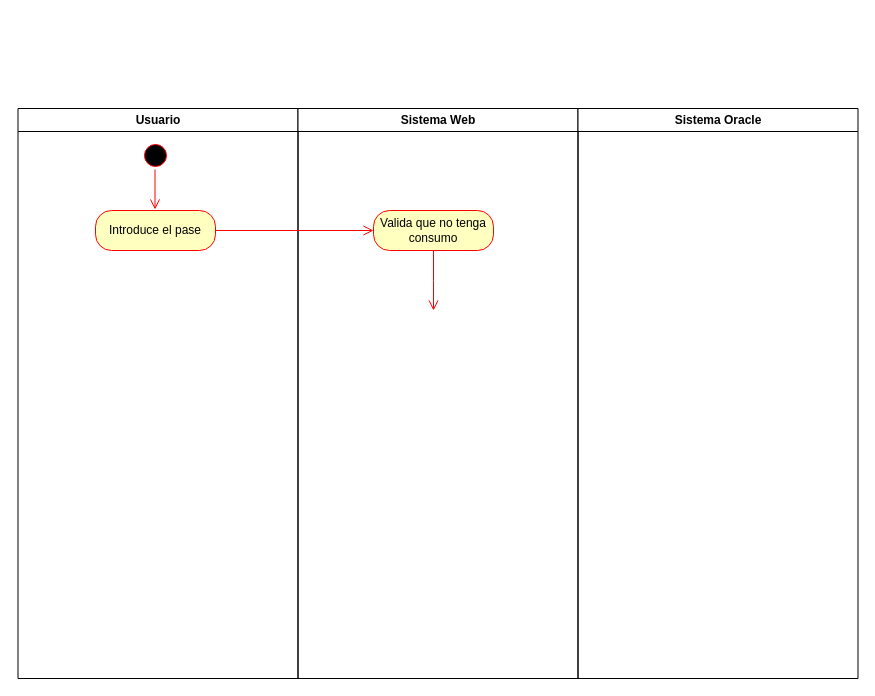
The draw.io diagram src/Untitled Diagram.drawio in JosephGuilamo/relatos-papel, before the edit. Source tidied: cells renumbered, new cells numbered last; positions are measured from the earlier drawing's top-left corner, leaving out a move shared by most shapes. Both pictures are drawn from the tidied source at 100%, with x=0, y=0 at pixel (17, 108).
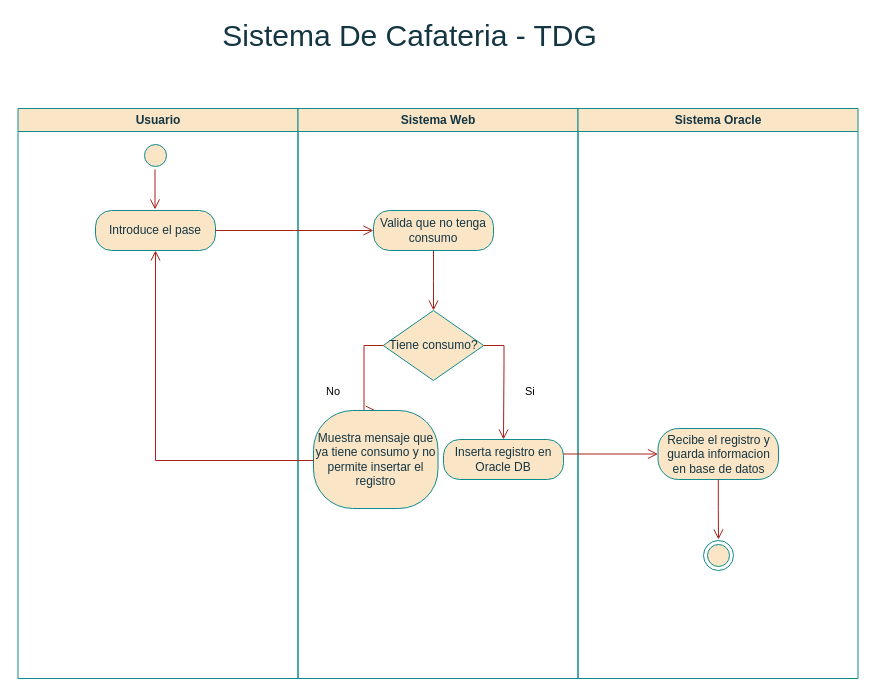
After the change.

What changed in the source:
```diff
@@
-    <mxCell id="2" value="Usuario" style="swimlane;whiteSpace=wrap;startSize=23;" parent="1" vertex="1">
+    <mxCell id="2" value="Usuario" style="swimlane;whiteSpace=wrap;startSize=23;labelBackgroundColor=none;fillColor=#FAE5C7;strokeColor=#0F8B8D;fontColor=#143642;" parent="1" vertex="1">
       <mxGeometry x="0.5" width="280" height="570" as="geometry" />
     </mxCell>
-    <mxCell id="3" value="Introduce el pase" style="rounded=1;whiteSpace=wrap;html=1;arcSize=40;fontColor=#000000;fillColor=#ffffc0;strokeColor=#ff0000;" parent="2" vertex="1">
+    <mxCell id="3" value="Introduce el pase" style="rounded=1;whiteSpace=wrap;html=1;arcSize=40;labelBackgroundColor=none;fillColor=#FAE5C7;strokeColor=#0F8B8D;fontColor=#143642;" parent="2" vertex="1">
       <mxGeometry x="77.5" y="102" width="120" height="40" as="geometry" />
     </mxCell>
-    <mxCell id="4" style="ellipse;html=1;shape=startState;fillColor=#000000;strokeColor=#ff0000;" parent="2" vertex="1">
+    <mxCell id="4" style="ellipse;html=1;shape=startState;labelBackgroundColor=none;fillColor=#FAE5C7;strokeColor=#0F8B8D;fontColor=#143642;" parent="2" vertex="1">
       <mxGeometry x="122.5" y="32" width="30" height="30" as="geometry" />
     </mxCell>
-    <mxCell id="5" style="edgeStyle=orthogonalEdgeStyle;html=1;verticalAlign=bottom;endArrow=open;endSize=8;strokeColor=#ff0000;rounded=0;" parent="2" edge="1">
+    <mxCell id="5" style="edgeStyle=orthogonalEdgeStyle;html=1;verticalAlign=bottom;endArrow=open;endSize=8;rounded=0;labelBackgroundColor=none;fontColor=default;strokeColor=#A8201A;" parent="2" edge="1">
       <mxGeometry relative="1" as="geometry">
         <mxPoint x="137" y="61" as="sourcePoint" />
         <mxPoint x="137" y="101" as="targetPoint" />
       </mxGeometry>
     </mxCell>
-    <mxCell id="6" value="Sistema Web" style="swimlane;whiteSpace=wrap;" parent="1" vertex="1">
+    <mxCell id="6" value="Sistema Web" style="swimlane;whiteSpace=wrap;labelBackgroundColor=none;fillColor=#FAE5C7;strokeColor=#0F8B8D;fontColor=#143642;" parent="1" vertex="1">
       <mxGeometry x="280.5" width="280" height="570" as="geometry" />
     </mxCell>
-    <mxCell id="7" value="Valida que no tenga consumo" style="rounded=1;whiteSpace=wrap;html=1;arcSize=40;fontColor=#000000;fillColor=#ffffc0;strokeColor=#ff0000;" parent="6" vertex="1">
+    <mxCell id="7" value="Valida que no tenga consumo" style="rounded=1;whiteSpace=wrap;html=1;arcSize=40;labelBackgroundColor=none;fillColor=#FAE5C7;strokeColor=#0F8B8D;fontColor=#143642;" parent="6" vertex="1">
       <mxGeometry x="75.5" y="102" width="120" height="40" as="geometry" />
     </mxCell>
-    <mxCell id="8" style="edgeStyle=orthogonalEdgeStyle;html=1;verticalAlign=bottom;endArrow=open;endSize=8;strokeColor=#ff0000;rounded=0;" parent="6" edge="1" source="7">
+    <mxCell id="8" style="edgeStyle=orthogonalEdgeStyle;html=1;verticalAlign=bottom;endArrow=open;endSize=8;rounded=0;labelBackgroundColor=none;fontColor=default;strokeColor=#A8201A;" parent="6" edge="1" source="7">
       <mxGeometry relative="1" as="geometry">
         <mxPoint x="135.5" y="202" as="targetPoint" />
       </mxGeometry>
     </mxCell>
+    <mxCell id="11" value="Tiene consumo?" style="rhombus;whiteSpace=wrap;html=1;labelBackgroundColor=none;fillColor=#FAE5C7;strokeColor=#0F8B8D;fontColor=#143642;" parent="6" vertex="1">
+      <mxGeometry x="85.2" y="202" width="100.5" height="70" as="geometry" />
+    </mxCell>
+    <mxCell id="12" value="No" style="edgeStyle=orthogonalEdgeStyle;html=1;align=left;verticalAlign=top;endArrow=open;endSize=8;rounded=0;entryX=0.5;entryY=0;entryDx=0;entryDy=0;exitX=0;exitY=0.5;exitDx=0;exitDy=0;labelBackgroundColor=none;fontColor=default;strokeColor=#A8201A;" parent="6" edge="1" source="11" target="13">
+      <mxGeometry x="0.08" y="-40" relative="1" as="geometry">
+        <Array as="points">
+          <mxPoint x="66" y="237" />
+        </Array>
+      </mxGeometry>
+    </mxCell>
+    <mxCell id="13" value="Muestra mensaje que ya tiene consumo y no permite insertar el registro" style="rounded=1;whiteSpace=wrap;html=1;arcSize=40;labelBackgroundColor=none;fillColor=#FAE5C7;strokeColor=#0F8B8D;fontColor=#143642;" parent="6" vertex="1">
+      <mxGeometry x="15.5" y="302" width="124.5" height="98" as="geometry" />
+    </mxCell>
+    <mxCell id="14" value="Inserta registro en Oracle DB" style="rounded=1;whiteSpace=wrap;html=1;arcSize=40;labelBackgroundColor=none;fillColor=#FAE5C7;strokeColor=#0F8B8D;fontColor=#143642;" parent="6" vertex="1">
+      <mxGeometry x="145.5" y="331" width="120" height="40" as="geometry" />
+    </mxCell>
+    <mxCell id="15" value="Si" style="edgeStyle=orthogonalEdgeStyle;html=1;align=left;verticalAlign=bottom;endArrow=open;endSize=8;rounded=0;entryX=0.5;entryY=0;entryDx=0;entryDy=0;exitX=1;exitY=0.5;exitDx=0;exitDy=0;labelBackgroundColor=none;fontColor=default;strokeColor=#A8201A;" parent="6" edge="1" source="11" target="14">
+      <mxGeometry x="0.32" y="20" relative="1" as="geometry">
+        <Array as="points">
+          <mxPoint x="206" y="237" />
+          <mxPoint x="206" y="255" />
+        </Array>
+      </mxGeometry>
+    </mxCell>
-    <mxCell id="9" value="Sistema Oracle" style="swimlane;whiteSpace=wrap;startSize=23;" parent="1" vertex="1">
+    <mxCell id="9" value="Sistema Oracle" style="swimlane;whiteSpace=wrap;startSize=23;labelBackgroundColor=none;fillColor=#FAE5C7;strokeColor=#0F8B8D;fontColor=#143642;" parent="1" vertex="1">
       <mxGeometry x="560.5" width="280" height="570" as="geometry" />
     </mxCell>
+    <mxCell id="16" value="Recibe el registro y guarda informacion en base de datos" style="rounded=1;whiteSpace=wrap;html=1;arcSize=40;labelBackgroundColor=none;fillColor=#FAE5C7;strokeColor=#0F8B8D;fontColor=#143642;" parent="9" vertex="1">
+      <mxGeometry x="80" y="320" width="120.5" height="51" as="geometry" />
+    </mxCell>
+    <mxCell id="17" style="edgeStyle=orthogonalEdgeStyle;html=1;verticalAlign=bottom;endArrow=open;endSize=8;rounded=0;labelBackgroundColor=none;fontColor=default;strokeColor=#A8201A;" parent="9" edge="1" source="16">
+      <mxGeometry relative="1" as="geometry">
+        <mxPoint x="140.5" y="431" as="targetPoint" />
+      </mxGeometry>
+    </mxCell>
+    <mxCell id="18" style="ellipse;html=1;shape=endState;labelBackgroundColor=none;fillColor=#FAE5C7;strokeColor=#0F8B8D;fontColor=#143642;" parent="9" vertex="1">
+      <mxGeometry x="125.5" y="432" width="30" height="30" as="geometry" />
+    </mxCell>
-    <mxCell id="10" style="edgeStyle=orthogonalEdgeStyle;html=1;verticalAlign=bottom;endArrow=open;endSize=8;strokeColor=#ff0000;rounded=0;exitX=1;exitY=0.5;exitDx=0;exitDy=0;" parent="1" edge="1" source="3">
+    <mxCell id="10" style="edgeStyle=orthogonalEdgeStyle;html=1;verticalAlign=bottom;endArrow=open;endSize=8;rounded=0;exitX=1;exitY=0.5;exitDx=0;exitDy=0;labelBackgroundColor=none;fontColor=default;strokeColor=#A8201A;" parent="1" edge="1" source="3">
       <mxGeometry relative="1" as="geometry">
         <mxPoint x="356" y="122" as="targetPoint" />
       </mxGeometry>
     </mxCell>
+    <mxCell id="19" style="edgeStyle=orthogonalEdgeStyle;html=1;verticalAlign=bottom;endArrow=open;endSize=8;rounded=0;entryX=0.5;entryY=1;entryDx=0;entryDy=0;exitX=0;exitY=0.5;exitDx=0;exitDy=0;labelBackgroundColor=none;fontColor=default;strokeColor=#A8201A;" parent="1" edge="1" source="13" target="3">
+      <mxGeometry relative="1" as="geometry">
+        <Array as="points">
+          <mxPoint x="296" y="352" />
+          <mxPoint x="138" y="352" />
+        </Array>
+      </mxGeometry>
+    </mxCell>
+    <mxCell id="20" style="edgeStyle=orthogonalEdgeStyle;html=1;verticalAlign=bottom;endArrow=open;endSize=8;rounded=0;entryX=0;entryY=0.5;entryDx=0;entryDy=0;labelBackgroundColor=none;fontColor=default;strokeColor=#A8201A;" parent="1" edge="1" source="14" target="16">
+      <mxGeometry relative="1" as="geometry">
+        <Array as="points">
+          <mxPoint x="486.5" y="351" />
+        </Array>
+      </mxGeometry>
+    </mxCell>
+    <mxCell id="21" value="Sistema De Cafateria - TDG" style="text;strokeColor=none;align=center;fillColor=none;html=1;verticalAlign=middle;whiteSpace=wrap;rounded=0;fontSize=30;labelBackgroundColor=none;fontColor=#143642;" parent="1" vertex="1">
+      <mxGeometry x="166" y="-88" width="453" height="30" as="geometry" />
+    </mxCell>
```
